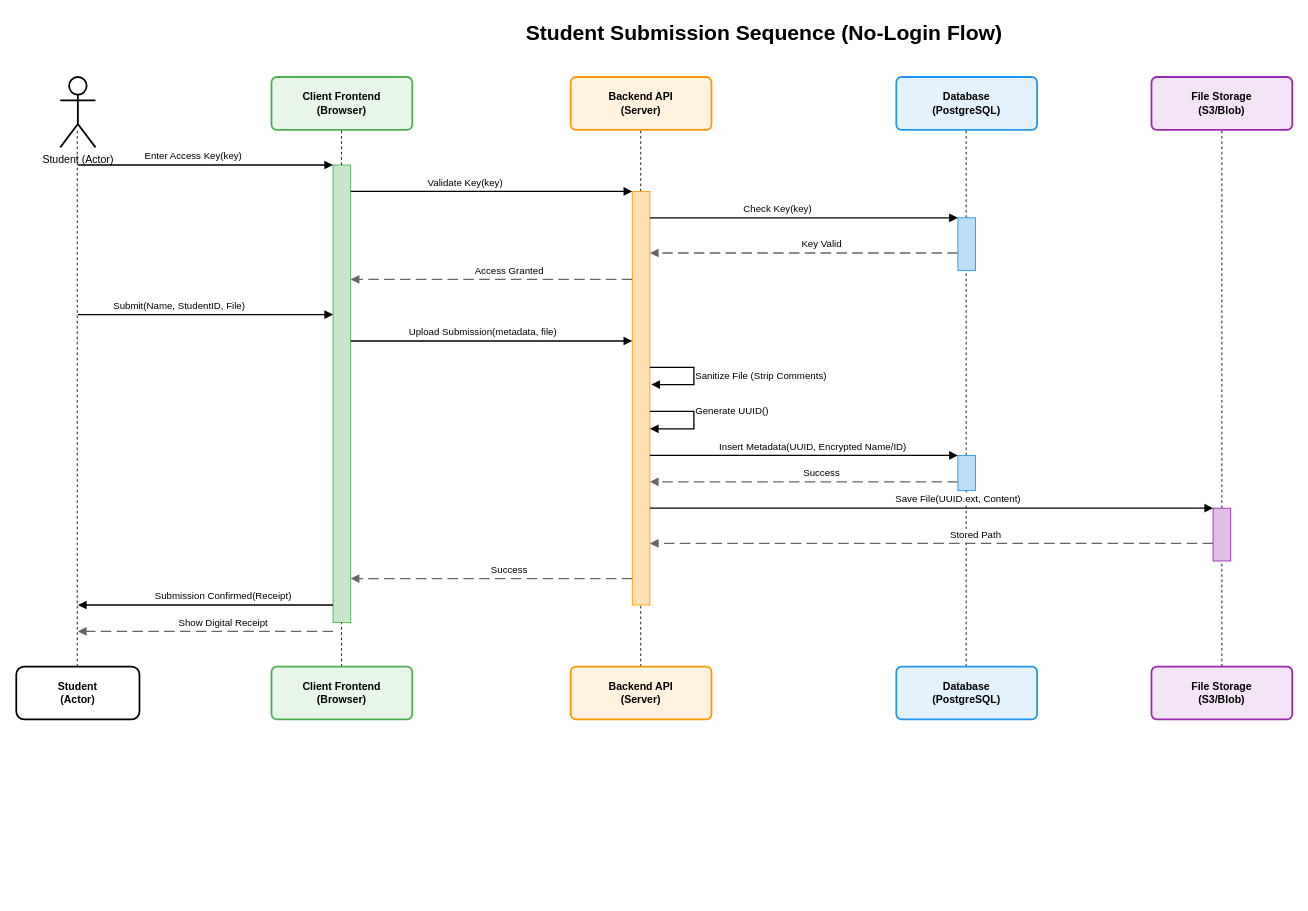
The draw.io diagram draw.io/STUDENt submission  (2).drawio in AyaanRathod/Code-Checker, before the edit. Source tidied: cells renumbered, new cells numbered last; positions are measured from the earlier drawing's top-left corner, leaving out a move shared by most shapes. Both pictures are drawn from the tidied source at 88%, with x=0, y=0 at pixel (16, 15).
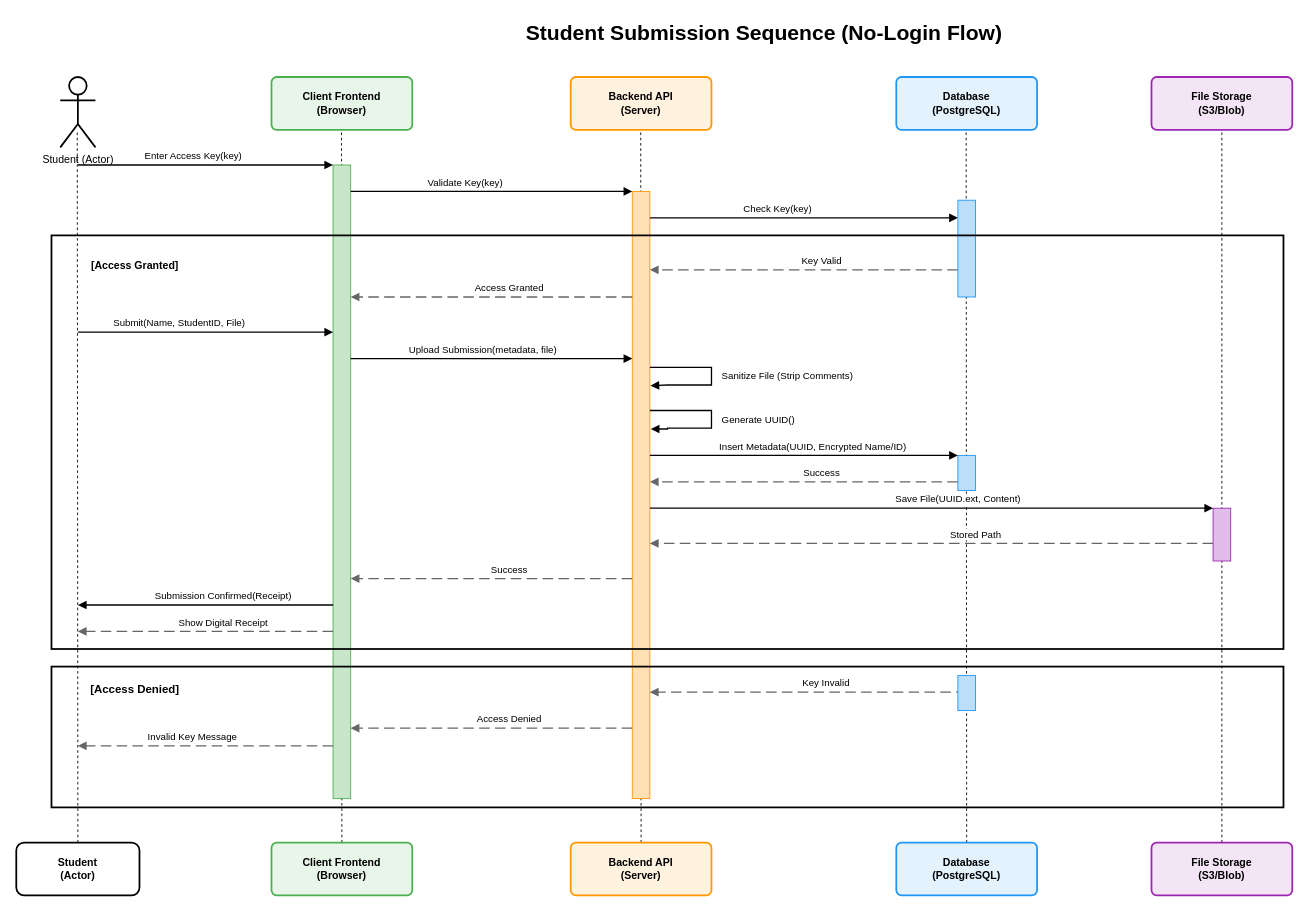
The same diagram, later.

Commit message:
Modify diagram properties and element positions

Updated diagram properties and adjusted element positions.

The change refers to these unchanged cells:
```xml
<mxCell id="10" value="Database&lt;br&gt;(PostgreSQL)" style="rounded=1;whiteSpace=wrap;html=1;fillColor=#E3F2FD;strokeColor=#2196F3;strokeWidth=2;fontColor=#000000;fontSize=12;fontStyle=1;arcSize=10;" parent="1" vertex="1">
  <mxGeometry x="1000" y="70" width="160" height="60" as="geometry" />
</mxCell>
```

Change to the diagram source:
```diff
@@
-    <mxCell id="2" style="endArrow=none;dashed=1;html=1;rounded=0;entryX=0.5;entryY=1;entryDx=0;entryDy=0;exitX=0.5;exitY=0;exitDx=0;exitDy=0;" parent="1" edge="1">
+    <mxCell id="2" style="endArrow=none;dashed=1;html=1;rounded=0;entryX=0.5;entryY=1;entryDx=0;entryDy=0;exitX=0.5;exitY=0;exitDx=0;exitDy=0;" parent="1" edge="1" source="41">
       <mxGeometry relative="1" as="geometry">
-        <mxPoint x="369.6" y="740" as="sourcePoint" />
         <mxPoint x="369.6" y="130" as="targetPoint" />
       </mxGeometry>
     </mxCell>
-    <mxCell id="3" style="endArrow=none;dashed=1;html=1;rounded=0;entryX=0.5;entryY=1;entryDx=0;entryDy=0;exitX=0.5;exitY=0;exitDx=0;exitDy=0;" parent="1" edge="1">
+    <mxCell id="3" style="endArrow=none;dashed=1;html=1;rounded=0;entryX=0.5;entryY=1;entryDx=0;entryDy=0;exitX=0.5;exitY=0;exitDx=0;exitDy=0;" parent="1" edge="1" source="42">
       <mxGeometry relative="1" as="geometry">
-        <mxPoint x="709.6" y="740" as="sourcePoint" />
         <mxPoint x="709.6" y="130" as="targetPoint" />
       </mxGeometry>
     </mxCell>
-    <mxCell id="4" style="endArrow=none;dashed=1;html=1;rounded=0;entryX=0.5;entryY=1;entryDx=0;entryDy=0;exitX=0.5;exitY=0;exitDx=0;exitDy=0;" parent="1" edge="1">
+    <mxCell id="4" style="endArrow=none;dashed=1;html=1;rounded=0;entryX=0.5;entryY=1;entryDx=0;entryDy=0;exitX=0.5;exitY=0;exitDx=0;exitDy=0;" parent="1" edge="1" source="43">
       <mxGeometry relative="1" as="geometry">
-        <mxPoint x="1079.4" y="740" as="sourcePoint" />
         <mxPoint x="1079.4" y="130" as="targetPoint" />
       </mxGeometry>
     </mxCell>
@@
-    <mxCell id="15" style="line;strokeWidth=2;html=1;strokeColor=#666666;dashed=1;dashPattern=8 4;" parent="1" edge="1" source="10" target="43">
+    <mxCell id="15" style="line;strokeWidth=2;html=1;strokeColor=#666666;dashed=1;dashPattern=8 4;" parent="1" edge="1" source="52" target="43">
       <mxGeometry relative="1" as="geometry" />
     </mxCell>
@@
     <mxCell id="17" style="rounded=0;whiteSpace=wrap;html=1;fillColor=#C8E6C9;strokeColor=#4CAF50;strokeWidth=1;" parent="1" vertex="1">
-      <mxGeometry x="360" y="170" width="20" height="520" as="geometry" />
+      <mxGeometry x="360" y="170" width="20" height="720" as="geometry" />
     </mxCell>
     <mxCell id="18" style="rounded=0;whiteSpace=wrap;html=1;fillColor=#FFE0B2;strokeColor=#FF9800;strokeWidth=1;" parent="1" vertex="1">
-      <mxGeometry x="700" y="200" width="20" height="470" as="geometry" />
+      <mxGeometry x="700" y="200" width="20" height="690" as="geometry" />
     </mxCell>
-    <mxCell id="19" style="rounded=0;whiteSpace=wrap;html=1;fillColor=#BBDEFB;strokeColor=#2196F3;strokeWidth=1;" parent="1" vertex="1">
-      <mxGeometry x="1070" y="230" width="20" height="60" as="geometry" />
-    </mxCell>
@@
     <mxCell id="25" value="Key Valid" style="edgeStyle=orthogonalEdgeStyle;rounded=0;orthogonalLoop=1;jettySize=auto;html=1;strokeColor=#666666;strokeWidth=1.5;fontColor=#000000;fontSize=11;endArrow=block;endFill=1;dashed=1;dashPattern=8 4;" parent="1" edge="1">
       <mxGeometry relative="1" as="geometry">
-        <mxPoint x="1070" y="270" as="sourcePoint" />
-        <mxPoint x="720" y="270" as="targetPoint" />
+        <mxPoint x="1070" y="289.1" as="sourcePoint" />
+        <mxPoint x="720" y="289.1" as="targetPoint" />
         <mxPoint x="20" y="-10" as="offset" />
       </mxGeometry>
     </mxCell>
     <mxCell id="26" value="Access Granted" style="edgeStyle=orthogonalEdgeStyle;rounded=0;orthogonalLoop=1;jettySize=auto;html=1;strokeColor=#666666;strokeWidth=1.5;fontColor=#000000;fontSize=11;endArrow=block;endFill=1;dashed=1;dashPattern=8 4;" parent="1" edge="1">
       <mxGeometry relative="1" as="geometry">
-        <mxPoint x="700" y="300" as="sourcePoint" />
-        <mxPoint x="380" y="300" as="targetPoint" />
+        <mxPoint x="700" y="320" as="sourcePoint" />
+        <mxPoint x="380" y="320" as="targetPoint" />
         <mxPoint x="20" y="-10" as="offset" />
       </mxGeometry>
     </mxCell>
     <mxCell id="27" value="Submit(Name, StudentID, File)" style="edgeStyle=orthogonalEdgeStyle;rounded=0;orthogonalLoop=1;jettySize=auto;html=1;strokeColor=#000000;strokeWidth=1.5;fontColor=#000000;fontSize=11;endArrow=block;endFill=1;" parent="1" edge="1">
       <mxGeometry relative="1" as="geometry">
-        <mxPoint x="70" y="340" as="sourcePoint" />
-        <mxPoint x="360" y="340" as="targetPoint" />
+        <mxPoint x="70" y="360" as="sourcePoint" />
+        <mxPoint x="360" y="360" as="targetPoint" />
         <mxPoint x="-30" y="-10" as="offset" />
       </mxGeometry>
     </mxCell>
     <mxCell id="28" value="Upload Submission(metadata, file)" style="edgeStyle=orthogonalEdgeStyle;rounded=0;orthogonalLoop=1;jettySize=auto;html=1;strokeColor=#000000;strokeWidth=1.5;fontColor=#000000;fontSize=11;endArrow=block;endFill=1;" parent="1" edge="1">
       <mxGeometry relative="1" as="geometry">
-        <mxPoint x="380" y="370" as="sourcePoint" />
-        <mxPoint x="700" y="370" as="targetPoint" />
+        <mxPoint x="380" y="390" as="sourcePoint" />
+        <mxPoint x="700" y="390" as="targetPoint" />
         <mxPoint x="-10" y="-10" as="offset" />
       </mxGeometry>
     </mxCell>
-    <mxCell id="29" style="edgeStyle=orthogonalEdgeStyle;rounded=0;jettySize=auto;html=1;strokeColor=#000000;strokeWidth=1.5;fontColor=#000000;fontSize=11;endArrow=block;endFill=1;entryX=1.078;entryY=0.467;entryDx=0;entryDy=0;entryPerimeter=0;" parent="1" edge="1" target="18">
+    <mxCell id="29" style="edgeStyle=orthogonalEdgeStyle;rounded=0;jettySize=auto;html=1;strokeColor=#000000;strokeWidth=1.5;fontColor=#000000;fontSize=11;endArrow=block;endFill=1;entryX=1.037;entryY=0.32;entryDx=0;entryDy=0;entryPerimeter=0;" parent="1" edge="1" target="18">
       <mxGeometry relative="1" as="geometry">
         <mxPoint x="720" y="400" as="sourcePoint" />
         <Array as="points">
-          <mxPoint x="770" y="400" />
-          <mxPoint x="770" y="420" />
+          <mxPoint x="790" y="400" />
+          <mxPoint x="790" y="420" />
+          <mxPoint x="740" y="420" />
         </Array>
       </mxGeometry>
     </mxCell>
     <mxCell id="30" value="Sanitize File (Strip Comments)" style="text;html=1;strokeColor=none;fillColor=none;align=left;verticalAlign=middle;whiteSpace=wrap;rounded=0;fontSize=11;fontColor=#000000;" parent="1" vertex="1">
-      <mxGeometry x="770" y="400" width="210" height="20" as="geometry" />
+      <mxGeometry x="800" y="400" width="210" height="20" as="geometry" />
     </mxCell>
-    <mxCell id="31" style="edgeStyle=orthogonalEdgeStyle;rounded=0;jettySize=auto;html=1;strokeColor=#000000;strokeWidth=1.5;fontColor=#000000;fontSize=11;endArrow=block;endFill=1;entryX=1;entryY=0.574;entryDx=0;entryDy=0;entryPerimeter=0;" parent="1" edge="1" target="18">
-      <mxGeometry relative="1" as="geometry">
-        <mxPoint x="720" y="450" as="sourcePoint" />
-        <Array as="points">
-          <mxPoint x="770" y="450" />
-          <mxPoint x="770" y="470" />
-        </Array>
-      </mxGeometry>
-    </mxCell>
     <mxCell id="32" value="Generate UUID()" style="text;html=1;strokeColor=none;fillColor=none;align=left;verticalAlign=middle;whiteSpace=wrap;rounded=0;fontSize=11;fontColor=#000000;" parent="1" vertex="1">
-      <mxGeometry x="770" y="440" width="150" height="20" as="geometry" />
+      <mxGeometry x="800" y="450" width="150" height="20" as="geometry" />
     </mxCell>
@@
     <mxCell id="40" value="Student&lt;br&gt;(Actor)" style="rounded=1;whiteSpace=wrap;html=1;fillColor=#FFFFFF;strokeColor=#000000;strokeWidth=2;fontColor=#000000;fontSize=12;fontStyle=1;arcSize=15;" parent="1" vertex="1">
-      <mxGeometry y="740" width="140" height="60" as="geometry" />
+      <mxGeometry y="940" width="140" height="60" as="geometry" />
     </mxCell>
     <mxCell id="41" value="Client Frontend&lt;br&gt;(Browser)" style="rounded=1;whiteSpace=wrap;html=1;fillColor=#E8F5E9;strokeColor=#4CAF50;strokeWidth=2;fontColor=#000000;fontSize=12;fontStyle=1;arcSize=10;" parent="1" vertex="1">
-      <mxGeometry x="290" y="740" width="160" height="60" as="geometry" />
+      <mxGeometry x="290" y="940" width="160" height="60" as="geometry" />
     </mxCell>
     <mxCell id="42" value="Backend API&lt;br&gt;(Server)" style="rounded=1;whiteSpace=wrap;html=1;fillColor=#FFF3E0;strokeColor=#FF9800;strokeWidth=2;fontColor=#000000;fontSize=12;fontStyle=1;arcSize=10;" parent="1" vertex="1">
-      <mxGeometry x="630" y="740" width="160" height="60" as="geometry" />
+      <mxGeometry x="630" y="940" width="160" height="60" as="geometry" />
     </mxCell>
     <mxCell id="43" value="Database&lt;br&gt;(PostgreSQL)" style="rounded=1;whiteSpace=wrap;html=1;fillColor=#E3F2FD;strokeColor=#2196F3;strokeWidth=2;fontColor=#000000;fontSize=12;fontStyle=1;arcSize=10;" parent="1" vertex="1">
-      <mxGeometry x="1000" y="740" width="160" height="60" as="geometry" />
+      <mxGeometry x="1000" y="940" width="160" height="60" as="geometry" />
     </mxCell>
     <mxCell id="44" value="File Storage&lt;br&gt;(S3/Blob)" style="rounded=1;whiteSpace=wrap;html=1;fillColor=#F3E5F5;strokeColor=#9C27B0;strokeWidth=2;fontColor=#000000;fontSize=12;fontStyle=1;arcSize=10;" parent="1" vertex="1">
-      <mxGeometry x="1290" y="740" width="160" height="60" as="geometry" />
+      <mxGeometry x="1290" y="940" width="160" height="60" as="geometry" />
     </mxCell>
-    <mxCell id="45" style="endArrow=none;dashed=1;html=1;rounded=0;entryX=0.5;entryY=1;entryDx=0;entryDy=0;exitX=0.5;exitY=0;exitDx=0;exitDy=0;" parent="1" edge="1">
+    <mxCell id="45" style="endArrow=none;dashed=1;html=1;rounded=0;entryX=0.5;entryY=1;entryDx=0;entryDy=0;exitX=0.5;exitY=0;exitDx=0;exitDy=0;" parent="1" edge="1" source="40">
       <mxGeometry relative="1" as="geometry">
-        <mxPoint x="69.3" y="740" as="sourcePoint" />
         <mxPoint x="69.3" y="130" as="targetPoint" />
       </mxGeometry>
     </mxCell>
+    <mxCell id="46" style="line;strokeWidth=2;html=1;strokeColor=#666666;dashed=1;dashPattern=8 4;" parent="1" edge="1" source="10" target="19">
+      <mxGeometry relative="1" as="geometry" />
+    </mxCell>
+    <mxCell id="19" style="rounded=0;whiteSpace=wrap;html=1;fillColor=#BBDEFB;strokeColor=#2196F3;strokeWidth=1;" parent="1" vertex="1">
+      <mxGeometry x="1070" y="210" width="20" height="110" as="geometry" />
+    </mxCell>
+    <mxCell id="47" value="&lt;font&gt;&lt;b&gt;[Access Granted]&lt;/b&gt;&lt;/font&gt;" style="text;html=1;whiteSpace=wrap;strokeColor=none;fillColor=none;align=center;verticalAlign=middle;rounded=0;strokeWidth=1;" parent="1" vertex="1">
+      <mxGeometry x="70" y="270" width="130" height="30" as="geometry" />
+    </mxCell>
+    <mxCell id="48" value="Key Invalid" style="edgeStyle=orthogonalEdgeStyle;rounded=0;orthogonalLoop=1;jettySize=auto;html=1;strokeColor=#666666;strokeWidth=1.5;fontColor=#000000;fontSize=11;endArrow=block;endFill=1;dashed=1;dashPattern=8 4;" parent="1" edge="1">
+      <mxGeometry relative="1" as="geometry">
+        <mxPoint x="1080" y="769.1" as="sourcePoint" />
+        <mxPoint x="720" y="769.1" as="targetPoint" />
+        <mxPoint x="20" y="-10" as="offset" />
+      </mxGeometry>
+    </mxCell>
+    <mxCell id="49" value="Invalid Key Message" style="edgeStyle=orthogonalEdgeStyle;rounded=0;orthogonalLoop=1;jettySize=auto;html=1;strokeColor=#666666;strokeWidth=1.5;fontColor=#000000;fontSize=11;endArrow=block;endFill=1;dashed=1;dashPattern=8 4;" parent="1" edge="1">
+      <mxGeometry x="0.1" y="-10" relative="1" as="geometry">
+        <mxPoint x="360" y="830" as="sourcePoint" />
+        <mxPoint x="70" y="830" as="targetPoint" />
+      </mxGeometry>
+    </mxCell>
+    <mxCell id="50" value="Access Denied" style="edgeStyle=orthogonalEdgeStyle;rounded=0;orthogonalLoop=1;jettySize=auto;html=1;strokeColor=#666666;strokeWidth=1.5;fontColor=#000000;fontSize=11;endArrow=block;endFill=1;dashed=1;dashPattern=8 4;" parent="1" edge="1">
+      <mxGeometry relative="1" as="geometry">
+        <mxPoint x="700" y="810" as="sourcePoint" />
+        <mxPoint x="380" y="810" as="targetPoint" />
+        <mxPoint x="20" y="-10" as="offset" />
+      </mxGeometry>
+    </mxCell>
+    <mxCell id="51" style="line;strokeWidth=2;html=1;strokeColor=#666666;dashed=1;dashPattern=8 4;" parent="1" edge="1" source="19" target="52">
+      <mxGeometry relative="1" as="geometry" />
+    </mxCell>
+    <mxCell id="52" style="rounded=0;whiteSpace=wrap;html=1;fillColor=#BBDEFB;strokeColor=#2196F3;strokeWidth=1;" parent="1" vertex="1">
+      <mxGeometry x="1070" y="750" width="20" height="40" as="geometry" />
+    </mxCell>
+    <mxCell id="53" value="&lt;b&gt;&lt;font style=&quot;font-size: 13px;&quot;&gt;[Access Denied]&lt;/font&gt;&lt;/b&gt;" style="text;html=1;whiteSpace=wrap;strokeColor=none;fillColor=none;align=center;verticalAlign=middle;rounded=0;" parent="1" vertex="1">
+      <mxGeometry x="70" y="750" width="130" height="30" as="geometry" />
+    </mxCell>
+    <mxCell id="54" style="rounded=0;whiteSpace=wrap;html=1;fillColor=none;strokeWidth=2;" parent="1" vertex="1">
+      <mxGeometry x="40" y="740" width="1400" height="160" as="geometry" />
+    </mxCell>
+    <mxCell id="55" style="edgeStyle=orthogonalEdgeStyle;rounded=0;orthogonalLoop=1;jettySize=auto;html=1;strokeColor=#000000;strokeWidth=1.5;fontColor=#000000;fontSize=11;endArrow=block;endFill=1;entryX=1.037;entryY=0.32;entryDx=0;entryDy=0;entryPerimeter=0;" parent="1" edge="1">
+      <mxGeometry relative="1" as="geometry">
+        <mxPoint x="720" y="449" as="sourcePoint" />
+        <mxPoint x="721" y="470" as="targetPoint" />
+        <Array as="points">
+          <mxPoint x="790" y="449" />
+          <mxPoint x="790" y="469" />
+          <mxPoint x="740" y="469" />
+        </Array>
+      </mxGeometry>
+    </mxCell>
+    <mxCell id="56" style="rounded=0;whiteSpace=wrap;html=1;fillColor=none;strokeWidth=2;" parent="1" vertex="1">
+      <mxGeometry x="40" y="250" width="1400" height="470" as="geometry" />
+    </mxCell>
```
